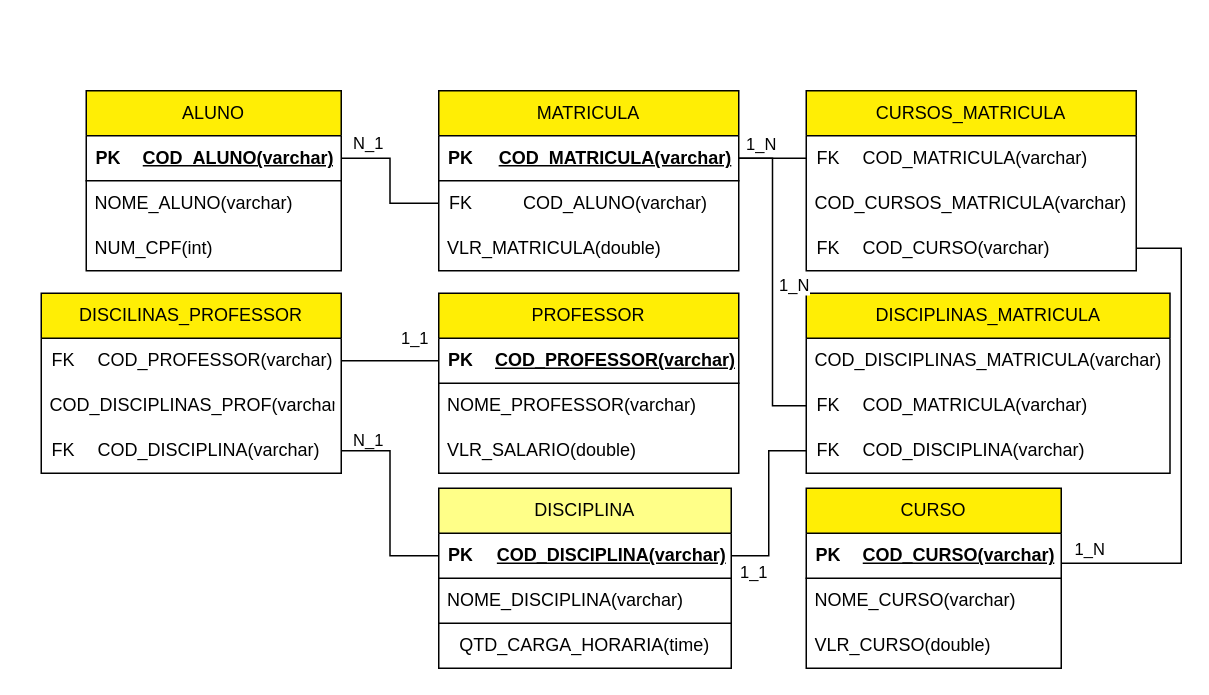
Before: Livraria/matricula.drawio in NicolasKevin2/BD, a draw.io diagram. Source tidied: cells renumbered, new cells numbered last; positions are measured from the earlier drawing's top-left corner, leaving out a move shared by most shapes. Both pictures are drawn from the tidied source at 150%, with x=0, y=0 at pixel (40, 90).
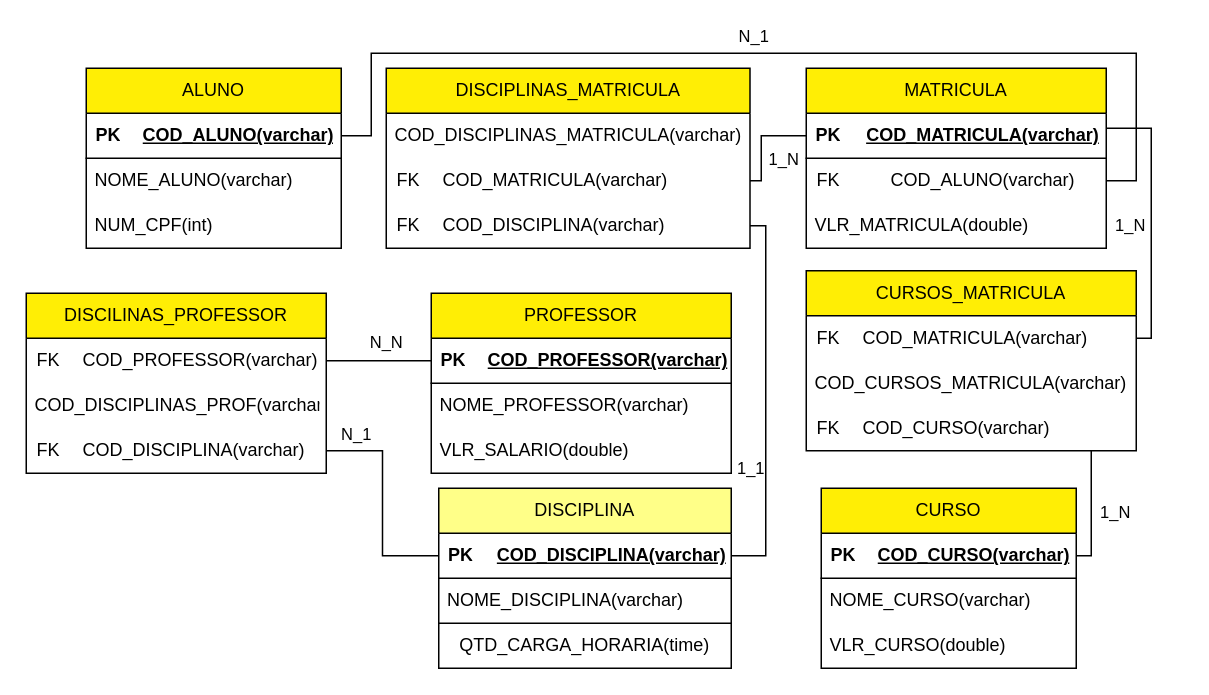
Above is the later version.

The change refers to these unchanged cells:
```xml
<mxCell id="4" style="shape=tableRow;horizontal=0;startSize=0;swimlaneHead=0;swimlaneBody=0;fillColor=none;points=[[0,0.5],[1,0.5]];portConstraint=eastwest;top=0;left=0;right=0;bottom=1;" parent="3" vertex="1">
  <mxGeometry width="170" height="30" as="geometry" />
</mxCell>
<mxCell id="11" style="shape=tableRow;horizontal=0;startSize=0;swimlaneHead=0;swimlaneBody=0;fillColor=none;points=[[0,0.5],[1,0.5]];portConstraint=eastwest;top=0;left=0;right=0;bottom=1;" parent="10" vertex="1">
  <mxGeometry width="170" height="30" as="geometry" />
</mxCell>
<mxCell id="18" style="shape=tableRow;horizontal=0;startSize=0;swimlaneHead=0;swimlaneBody=0;fillColor=none;points=[[0,0.5],[1,0.5]];portConstraint=eastwest;top=0;left=0;right=0;bottom=1;align=center;" parent="17" vertex="1">
  <mxGeometry width="195" height="30" as="geometry" />
</mxCell>
<mxCell id="32" style="shape=tableRow;horizontal=0;startSize=0;swimlaneHead=0;swimlaneBody=0;fillColor=none;points=[[0,0.5],[1,0.5]];portConstraint=eastwest;top=0;left=0;right=0;bottom=1;align=center;" parent="31" vertex="1">
  <mxGeometry width="200" height="30" as="geometry" />
</mxCell>
<mxCell id="36" style="shape=tableRow;horizontal=0;startSize=0;swimlaneHead=0;swimlaneBody=0;fillColor=none;points=[[0,0.5],[1,0.5]];portConstraint=eastwest;top=0;left=0;right=0;bottom=0;align=center;" parent="35" vertex="1">
  <mxGeometry width="200" height="30" as="geometry" />
</mxCell>
<mxCell id="54" style="endArrow=none;html=1;rounded=0;edgeStyle=orthogonalEdgeStyle;align=center;" parent="1" edge="1" source="51" target="18">
  <mxGeometry relative="1" as="geometry" />
</mxCell>
<mxCell id="59" style="shape=tableRow;horizontal=0;startSize=0;swimlaneHead=0;swimlaneBody=0;fillColor=none;points=[[0,0.5],[1,0.5]];portConstraint=eastwest;top=0;left=0;right=0;bottom=0;align=left;" parent="58" vertex="1">
  <mxGeometry width="242.5" height="30" as="geometry" />
</mxCell>
<mxCell id="62" style="shape=tableRow;horizontal=0;startSize=0;swimlaneHead=0;swimlaneBody=0;fillColor=none;points=[[0,0.5],[1,0.5]];portConstraint=eastwest;top=0;left=0;right=0;bottom=0;" parent="58" vertex="1">
  <mxGeometry y="30" width="242.5" height="30" as="geometry" />
</mxCell>
<mxCell id="67" style="endArrow=none;html=1;rounded=0;edgeStyle=orthogonalEdgeStyle;align=center;" parent="1" edge="1" source="46" target="25">
  <mxGeometry relative="1" as="geometry" />
</mxCell>
<mxCell id="73" style="shape=tableRow;horizontal=0;startSize=0;swimlaneHead=0;swimlaneBody=0;fillColor=none;points=[[0,0.5],[1,0.5]];portConstraint=eastwest;top=0;left=0;right=0;bottom=0;" parent="72" vertex="1">
  <mxGeometry width="220" height="30" as="geometry" />
</mxCell>
<mxCell id="78" style="shape=tableRow;horizontal=0;startSize=0;swimlaneHead=0;swimlaneBody=0;fillColor=none;points=[[0,0.5],[1,0.5]];portConstraint=eastwest;top=0;left=0;right=0;bottom=0;" parent="77" vertex="1">
  <mxGeometry width="220" height="30" as="geometry" />
</mxCell>
```

Diff of the diagram source:
```diff
@@
     <mxCell id="2" value="ALUNO" style="swimlane;fontStyle=0;horizontal=1;startSize=30;whiteSpace=wrap;html=1;fillColor=#FFEE05;" parent="1" vertex="1">
-      <mxGeometry x="30" width="170" height="120" as="geometry" />
+      <mxGeometry x="30" y="-15" width="170" height="120" as="geometry" />
     </mxCell>
@@
     <mxCell id="9" value="CURSO" style="swimlane;fontStyle=0;horizontal=1;startSize=30;whiteSpace=wrap;html=1;fillColor=#FFEE05;" parent="1" vertex="1">
-      <mxGeometry x="510" y="265" width="170" height="120" as="geometry" />
+      <mxGeometry x="520" y="265" width="170" height="120" as="geometry" />
     </mxCell>
@@
     <mxCell id="23" value="PROFESSOR" style="swimlane;fontStyle=0;horizontal=1;startSize=30;whiteSpace=wrap;html=1;fillColor=#FFEE05;align=center;" parent="1" vertex="1">
-      <mxGeometry x="265" y="135" width="200" height="120" as="geometry" />
+      <mxGeometry x="260" y="135" width="200" height="120" as="geometry" />
     </mxCell>
@@
     <mxCell id="30" value="MATRICULA" style="swimlane;fontStyle=0;horizontal=1;startSize=30;whiteSpace=wrap;html=1;fillColor=#FFEE05;align=center;" parent="1" vertex="1">
-      <mxGeometry x="265" width="200" height="120" as="geometry" />
+      <mxGeometry x="510" y="-15" width="200" height="120" as="geometry" />
     </mxCell>
@@
     <mxCell id="40" style="endArrow=none;html=1;rounded=0;edgeStyle=orthogonalEdgeStyle;align=center;startArrow=none;startFill=0;" parent="1" edge="1" source="4" target="36">
-      <mxGeometry relative="1" as="geometry" />
+      <mxGeometry relative="1" as="geometry">
+        <Array as="points">
+          <mxPoint x="220" y="30" />
+          <mxPoint x="220" y="-25" />
+          <mxPoint x="730" y="-25" />
+          <mxPoint x="730" y="60" />
+        </Array>
+      </mxGeometry>
     </mxCell>
     <mxCell id="41" value="N_1" style="edgeLabel;html=1;align=center;verticalAlign=middle;" parent="40" vertex="1">
       <mxGeometry x="-0.01" y="1" relative="1" as="geometry">
-        <mxPoint x="-16" y="-25" as="offset" />
+        <mxPoint x="-13" y="-11" as="offset" />
       </mxGeometry>
     </mxCell>
-    <mxCell id="42" style="endArrow=none;html=1;rounded=0;edgeStyle=orthogonalEdgeStyle;" parent="1" edge="1" source="78" target="11">
+    <mxCell id="42" style="endArrow=none;html=1;rounded=0;edgeStyle=elbowEdgeStyle;" parent="1" edge="1" source="78" target="11">
       <mxGeometry relative="1" as="geometry">
         <Array as="points">
-          <mxPoint x="760" y="105" />
-          <mxPoint x="760" y="315" />
+          <mxPoint x="700" y="275" />
         </Array>
       </mxGeometry>
     </mxCell>
     <mxCell id="43" value="1_N" style="edgeLabel;html=1;align=center;verticalAlign=middle;" parent="42" vertex="1">
       <mxGeometry x="-0.12" y="3" relative="1" as="geometry">
-        <mxPoint x="-65" y="89" as="offset" />
+        <mxPoint x="12" y="5" as="offset" />
       </mxGeometry>
     </mxCell>
     <mxCell id="44" value="DISCILINAS_PROFESSOR" style="swimlane;fontStyle=0;horizontal=1;startSize=30;whiteSpace=wrap;html=1;fillColor=#FFEE05;" parent="1" vertex="1">
-      <mxGeometry y="135" width="200" height="120" as="geometry" />
+      <mxGeometry x="-10" y="135" width="200" height="120" as="geometry" />
     </mxCell>
@@
     <mxCell id="55" value="N_1" style="edgeLabel;html=1;align=center;verticalAlign=middle;" parent="54" vertex="1">
       <mxGeometry x="-0.01" relative="1" as="geometry">
-        <mxPoint x="-15" y="-42" as="offset" />
+        <mxPoint x="-18" y="-46" as="offset" />
       </mxGeometry>
     </mxCell>
     <mxCell id="56" value="DISCIPLINAS_MATRICULA" style="swimlane;fontStyle=0;horizontal=1;startSize=30;whiteSpace=wrap;html=1;fillColor=#FFEE05;" parent="1" vertex="1">
-      <mxGeometry x="510" y="135" width="242.5" height="120" as="geometry" />
+      <mxGeometry x="230" y="-15" width="242.5" height="120" as="geometry" />
     </mxCell>
@@
     <mxCell id="65" style="endArrow=none;html=1;rounded=0;edgeStyle=orthogonalEdgeStyle;align=center;" parent="1" edge="1" source="59" target="32">
-      <mxGeometry relative="1" as="geometry" />
+      <mxGeometry relative="1" as="geometry">
+        <Array as="points">
+          <mxPoint x="480" y="60" />
+          <mxPoint x="480" y="30" />
+        </Array>
+      </mxGeometry>
     </mxCell>
     <mxCell id="66" value="1_N" style="edgeLabel;html=1;align=center;verticalAlign=middle;rotation=0;" parent="65" vertex="1">
       <mxGeometry x="-0.01" y="-3" relative="1" as="geometry">
-        <mxPoint x="11" y="1" as="offset" />
+        <mxPoint x="11" y="11" as="offset" />
       </mxGeometry>
     </mxCell>
@@
-    <mxCell id="68" value="1_1" style="edgeLabel;html=1;align=center;verticalAlign=middle;" parent="67" vertex="1">
+    <mxCell id="68" value="N_N" style="edgeLabel;html=1;align=center;verticalAlign=middle;" parent="67" vertex="1">
       <mxGeometry x="0.01" relative="1" as="geometry">
-        <mxPoint x="15" y="-16" as="offset" />
+        <mxPoint x="4" y="-13" as="offset" />
       </mxGeometry>
     </mxCell>
     <mxCell id="69" style="endArrow=none;html=1;rounded=0;edgeStyle=orthogonalEdgeStyle;align=center;" parent="1" edge="1" source="62" target="18">
-      <mxGeometry relative="1" as="geometry" />
+      <mxGeometry relative="1" as="geometry">
+        <Array as="points">
+          <mxPoint x="483" y="90" />
+          <mxPoint x="483" y="310" />
+        </Array>
+      </mxGeometry>
     </mxCell>
@@
     <mxCell id="71" value="CURSOS_MATRICULA" style="swimlane;fontStyle=0;horizontal=1;startSize=30;whiteSpace=wrap;html=1;fillColor=#FFEE05;" parent="1" vertex="1">
-      <mxGeometry x="510" width="220" height="120" as="geometry" />
+      <mxGeometry x="510" y="120" width="220" height="120" as="geometry" />
     </mxCell>
@@
     <mxCell id="81" style="endArrow=none;html=1;rounded=0;edgeStyle=orthogonalEdgeStyle;align=center;" parent="1" edge="1" source="32" target="73">
-      <mxGeometry relative="1" as="geometry" />
+      <mxGeometry relative="1" as="geometry">
+        <Array as="points">
+          <mxPoint x="740" y="25" />
+          <mxPoint x="740" y="165" />
+        </Array>
+      </mxGeometry>
     </mxCell>
```
